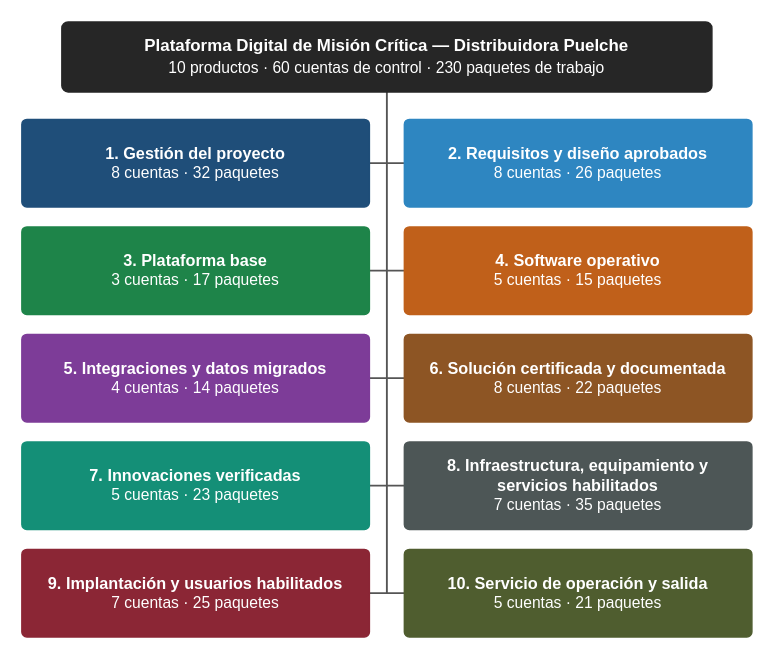
This is imagenes/Imagenes de la edt/productos/EDT-General.drawio from PatricioH315/LafroX, a draw.io file, before an edit. Source tidied: cells renumbered, new cells numbered last; positions are measured from the earlier drawing's top-left corner, leaving out a move shared by most shapes. Both pictures are drawn from the tidied source at 125%, with x=0, y=0 at pixel (21, 21).
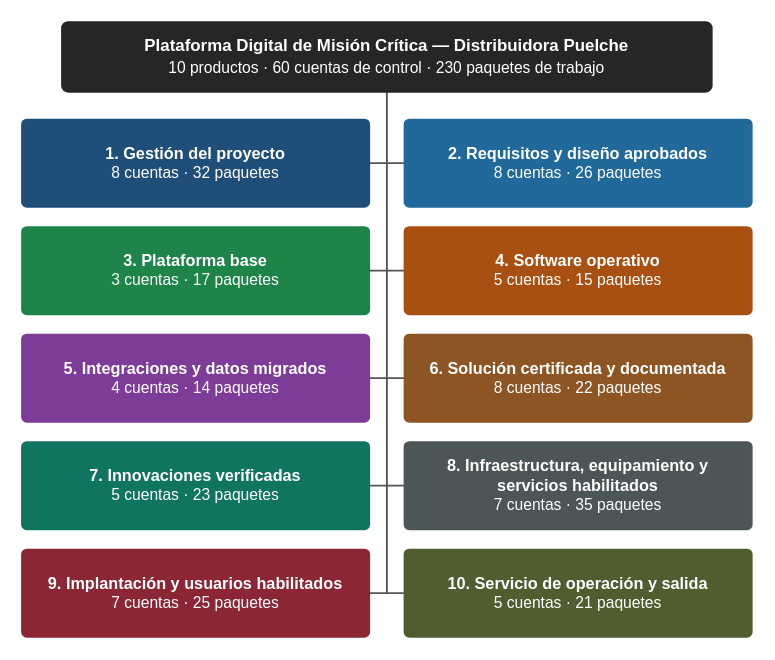
The same diagram, later.

Change to the diagram source:
```diff
@@
-    <mxCell id="10" value="&lt;b&gt;2. Requisitos y diseño aprobados&lt;/b&gt;&lt;br&gt;&lt;span style=&quot;font-size:12.5px;&quot;&gt;8 cuentas · 26 paquetes&lt;/span&gt;" style="rounded=1;whiteSpace=wrap;html=1;fillColor=#2E86C1;strokeColor=#2E86C1;strokeWidth=1.2;spacing=0;fontFamily=Arial;absoluteArcSize=1;arcSize=8;fontSize=13;fontColor=#FFFFFF;fontStyle=0;align=center;verticalAlign=middle;spacingLeft=10;spacingRight=10;spacingTop=5;spacingBottom=5;" parent="1" vertex="1">
+    <mxCell id="10" value="&lt;b&gt;2. Requisitos y diseño aprobados&lt;/b&gt;&lt;br&gt;&lt;span style=&quot;font-size:12.5px;&quot;&gt;8 cuentas · 26 paquetes&lt;/span&gt;" style="rounded=1;whiteSpace=wrap;html=1;fillColor=#21699B;strokeColor=#21699B;strokeWidth=1.2;spacing=0;fontFamily=Arial;absoluteArcSize=1;arcSize=8;fontSize=13;fontColor=#FFFFFF;fontStyle=0;align=center;verticalAlign=middle;spacingLeft=10;spacingRight=10;spacingTop=5;spacingBottom=5;" parent="1" vertex="1">
       <mxGeometry x="306" y="78" width="278" height="70" as="geometry" />
     </mxCell>
@@
-    <mxCell id="12" value="&lt;b&gt;4. Software operativo&lt;/b&gt;&lt;br&gt;&lt;span style=&quot;font-size:12.5px;&quot;&gt;5 cuentas · 15 paquetes&lt;/span&gt;" style="rounded=1;whiteSpace=wrap;html=1;fillColor=#C0601A;strokeColor=#C0601A;strokeWidth=1.2;spacing=0;fontFamily=Arial;absoluteArcSize=1;arcSize=8;fontSize=13;fontColor=#FFFFFF;fontStyle=0;align=center;verticalAlign=middle;spacingLeft=10;spacingRight=10;spacingTop=5;spacingBottom=5;" parent="1" vertex="1">
+    <mxCell id="12" value="&lt;b&gt;4. Software operativo&lt;/b&gt;&lt;br&gt;&lt;span style=&quot;font-size:12.5px;&quot;&gt;5 cuentas · 15 paquetes&lt;/span&gt;" style="rounded=1;whiteSpace=wrap;html=1;fillColor=#A85012;strokeColor=#A85012;strokeWidth=1.2;spacing=0;fontFamily=Arial;absoluteArcSize=1;arcSize=8;fontSize=13;fontColor=#FFFFFF;fontStyle=0;align=center;verticalAlign=middle;spacingLeft=10;spacingRight=10;spacingTop=5;spacingBottom=5;" parent="1" vertex="1">
       <mxGeometry x="306" y="164" width="278" height="70" as="geometry" />
     </mxCell>
@@
-    <mxCell id="15" value="&lt;b&gt;7. Innovaciones verificadas&lt;/b&gt;&lt;br&gt;&lt;span style=&quot;font-size:12.5px;&quot;&gt;5 cuentas · 23 paquetes&lt;/span&gt;" style="rounded=1;whiteSpace=wrap;html=1;fillColor=#148F77;strokeColor=#148F77;strokeWidth=1.2;spacing=0;fontFamily=Arial;absoluteArcSize=1;arcSize=8;fontSize=13;fontColor=#FFFFFF;fontStyle=0;align=center;verticalAlign=middle;spacingLeft=10;spacingRight=10;spacingTop=5;spacingBottom=5;" parent="1" vertex="1">
+    <mxCell id="15" value="&lt;b&gt;7. Innovaciones verificadas&lt;/b&gt;&lt;br&gt;&lt;span style=&quot;font-size:12.5px;&quot;&gt;5 cuentas · 23 paquetes&lt;/span&gt;" style="rounded=1;whiteSpace=wrap;html=1;fillColor=#0F7460;strokeColor=#0F7460;strokeWidth=1.2;spacing=0;fontFamily=Arial;absoluteArcSize=1;arcSize=8;fontSize=13;fontColor=#FFFFFF;fontStyle=0;align=center;verticalAlign=middle;spacingLeft=10;spacingRight=10;spacingTop=5;spacingBottom=5;" parent="1" vertex="1">
       <mxGeometry y="336" width="278" height="70" as="geometry" />
     </mxCell>
```
